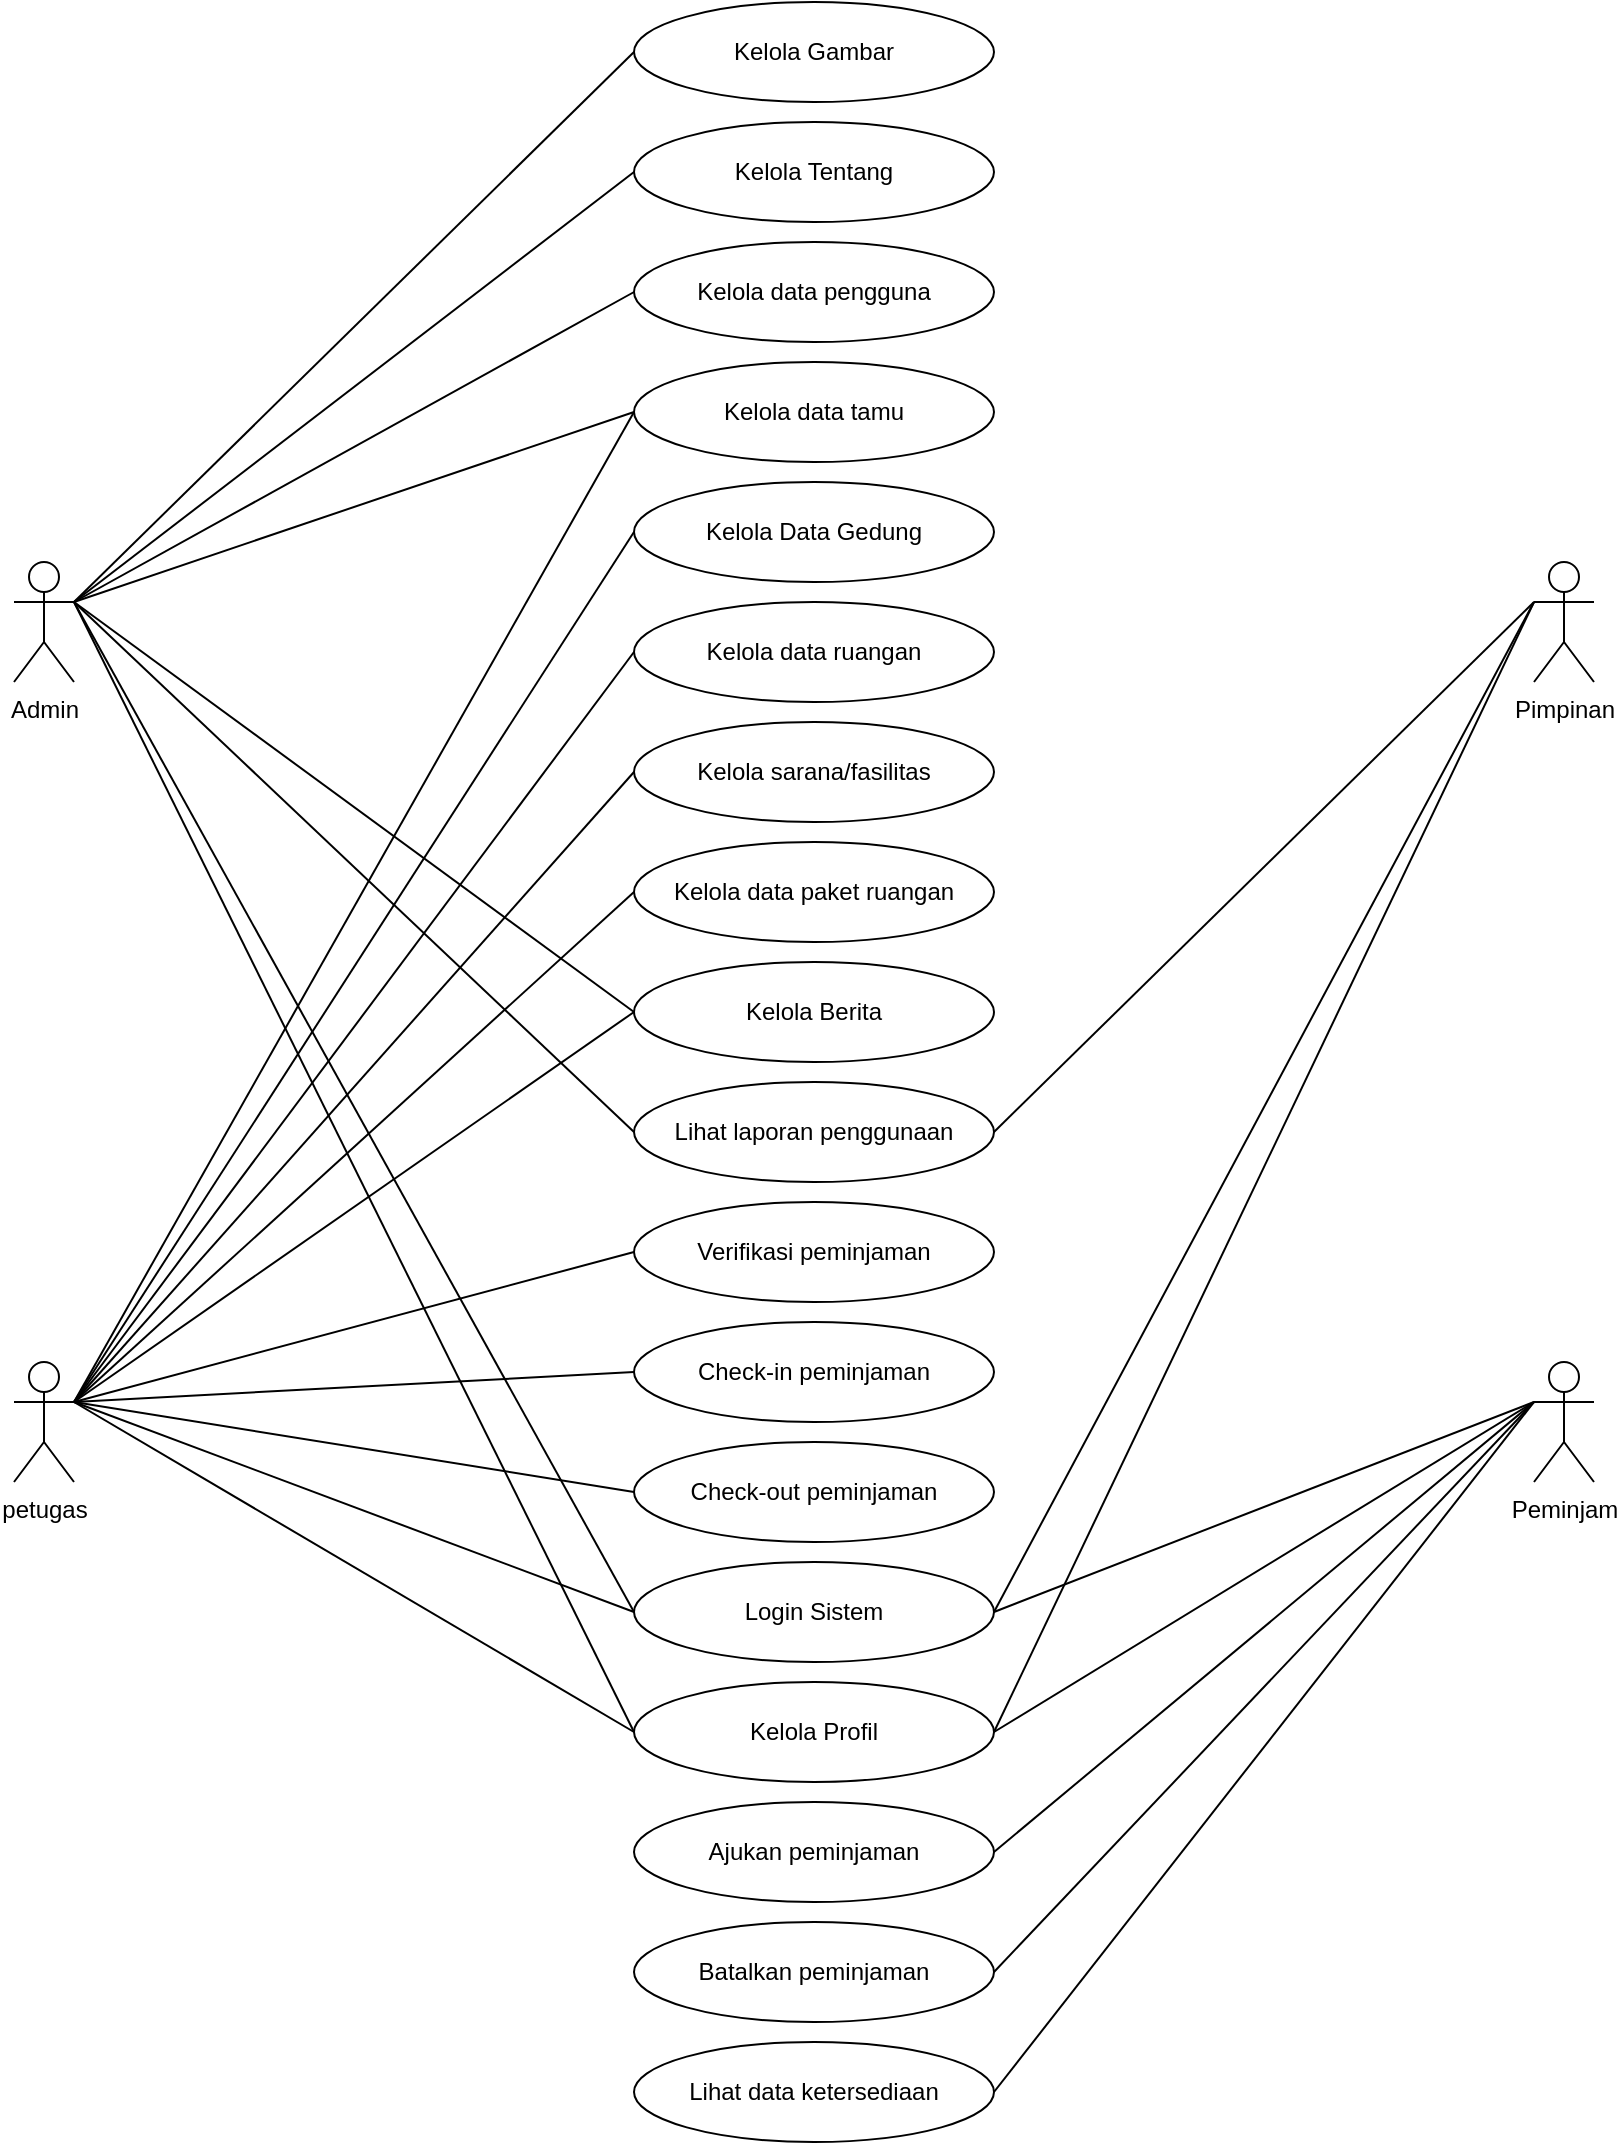
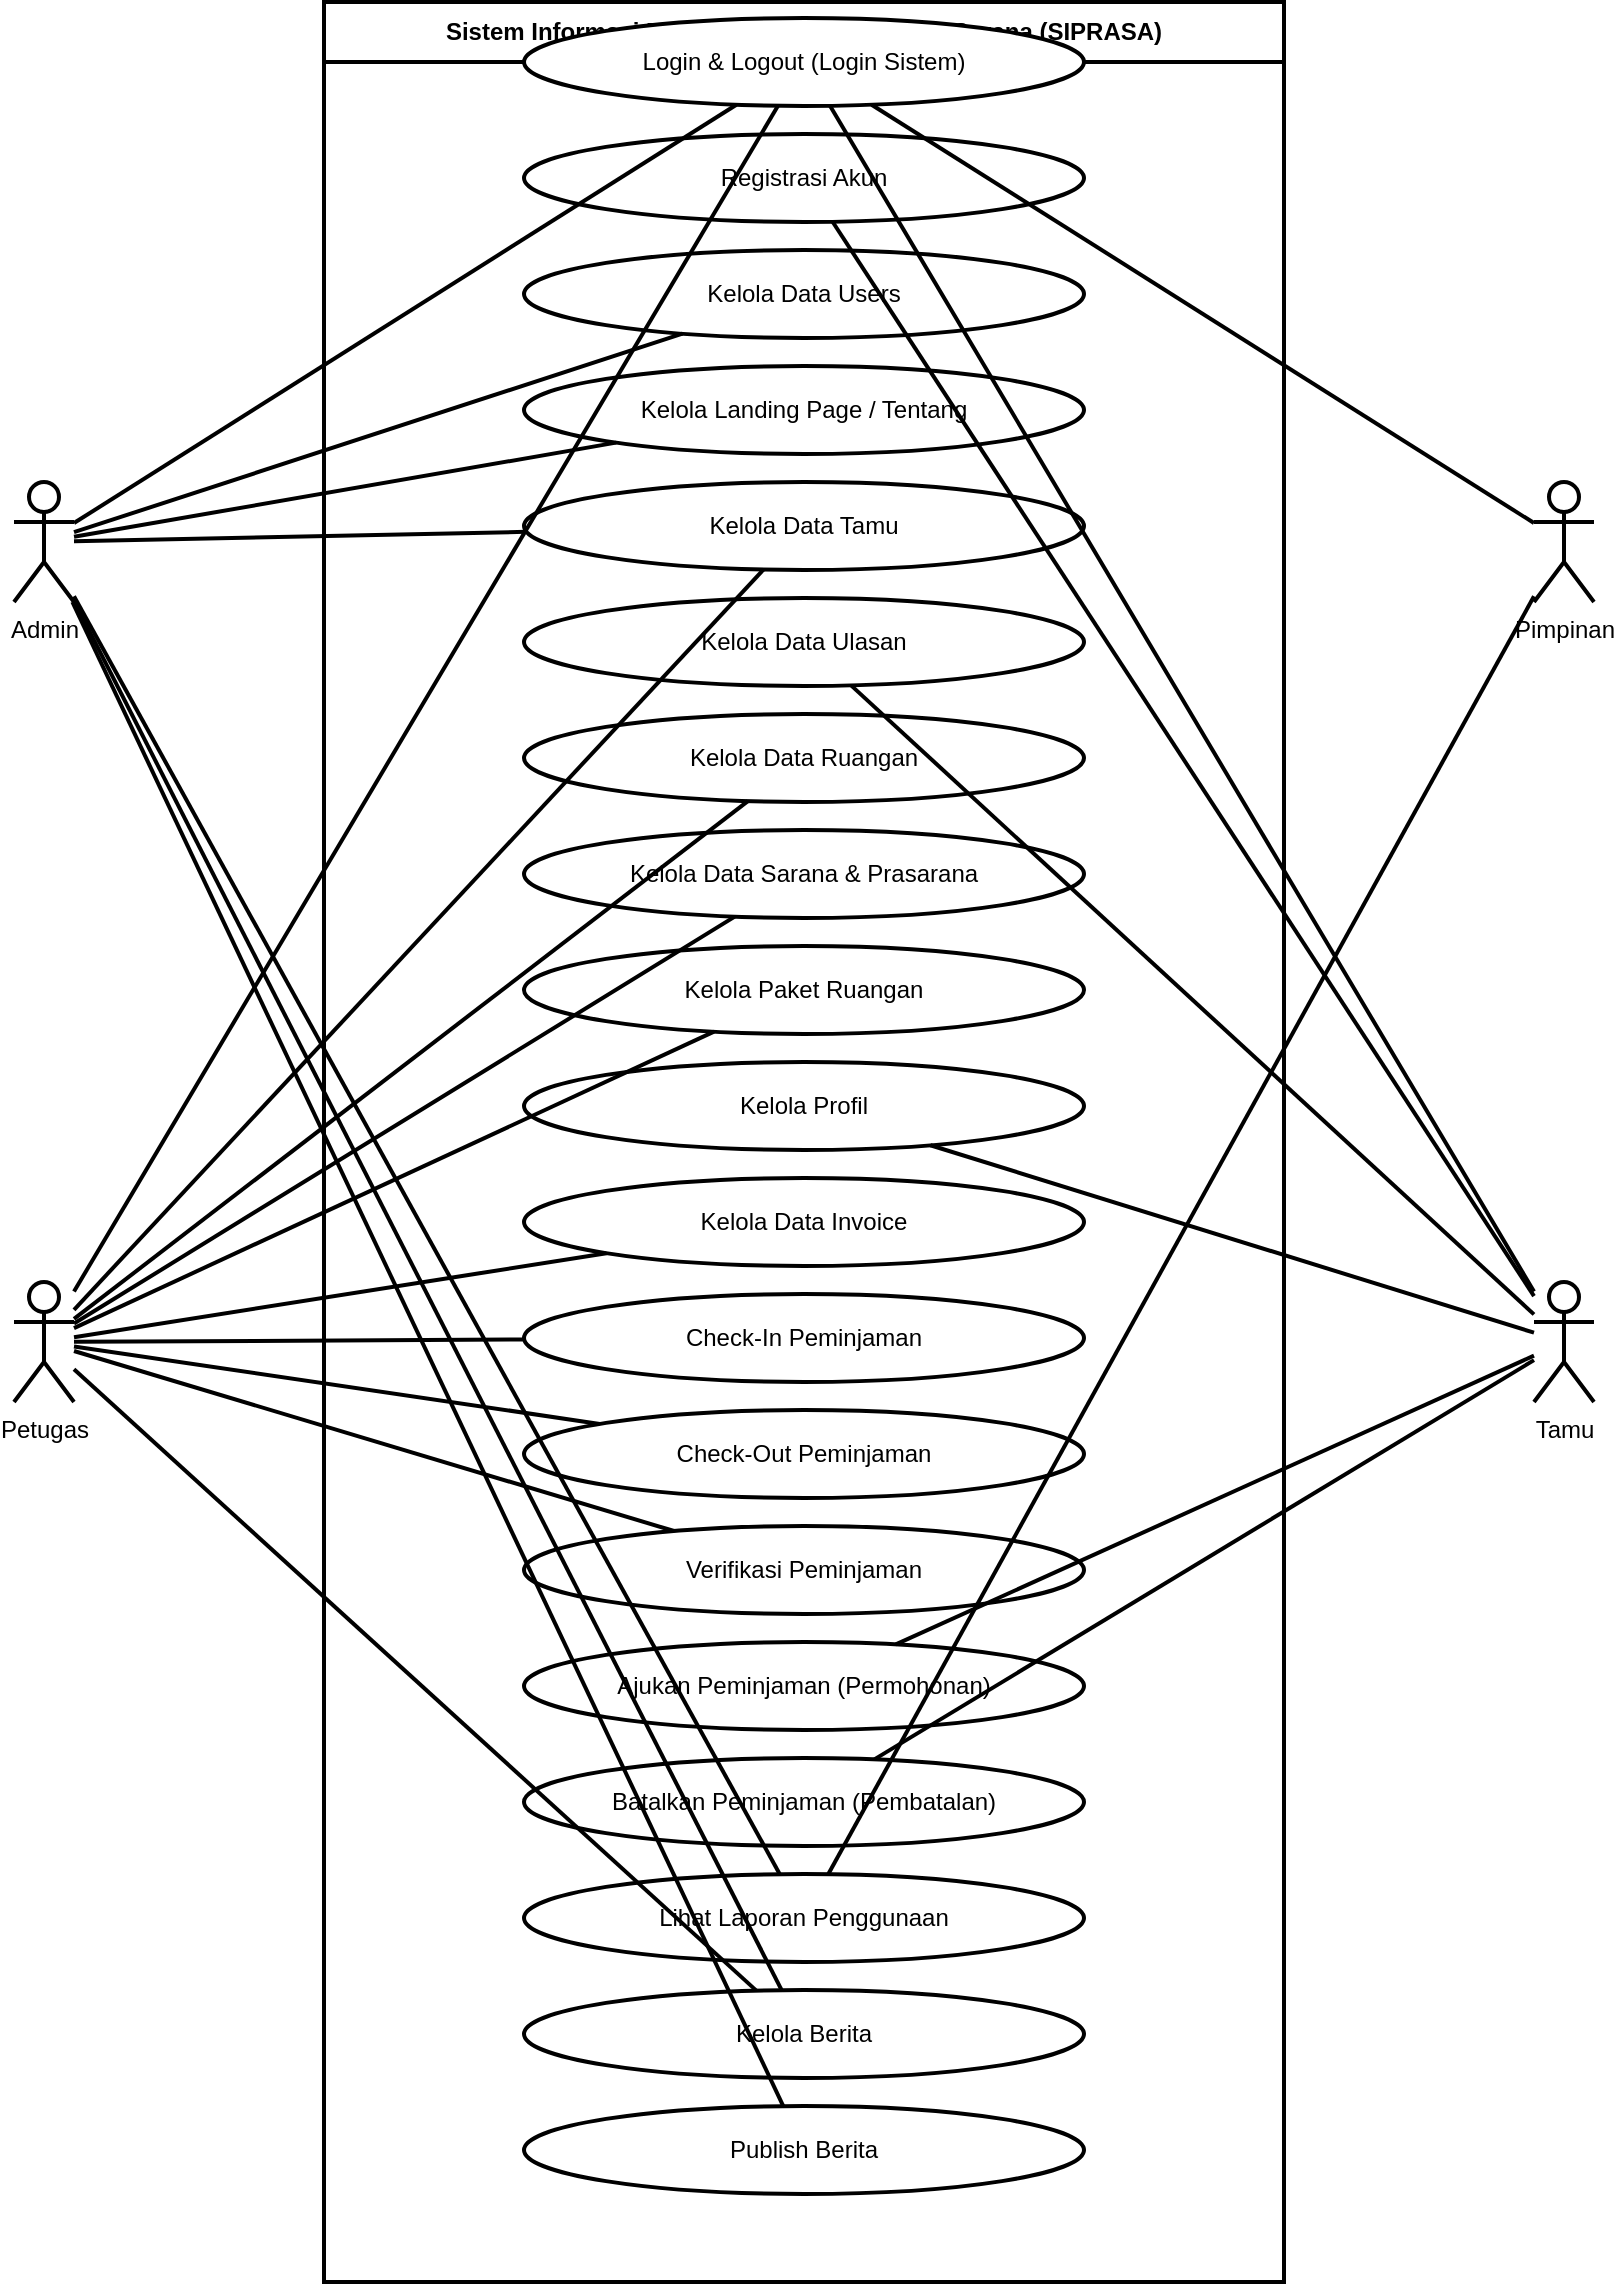
- <?xml version="1.0" ?>
- <mxfile host="Electron" modified="2026-06-04T02:00:00.000Z" agent="Mozilla/5.0" version="21.6.8" type="device">
-   <diagram id="diagram_usecase" name="Use Case Diagram">
+ <?xml version="1.0" encoding="UTF-8"?>
+ <mxfile host="Electron" modified="2026-06-15T00:00:00.000Z" agent="5.0" version="20.0.0" type="device">
+   <diagram id="usecase_diagram" name="Use Case Diagram">
    <mxGraphModel dx="1000" dy="1200" grid="1" gridSize="10" guides="1" tooltips="1" connect="1" arrows="1" fold="1" page="1" pageScale="1" pageWidth="960" pageHeight="1200" math="0" shadow="0">
      <root>
        <mxCell id="0"/>
        <mxCell id="1" parent="0"/>
-         <mxCell id="actor_admin" value="Admin" style="shape=umlActor;verticalLabelPosition=bottom;verticalAlign=top;html=1;outlineConnect=0;" vertex="1" parent="1">
-           <mxGeometry x="80" y="320" width="30" height="60" as="geometry"/>
+         <mxCell id="sys_boundary" value="Sistem Informasi Peminjaman Ruangan dan Sarana (SIPRASA)" style="swimlane;whiteSpace=wrap;html=1;startSize=30;fillColor=none;strokeColor=#000000;strokeWidth=2;align=center;connectable=0;" vertex="1" parent="1">
+           <mxGeometry x="240" y="30" width="480" height="1140" as="geometry"/>
        </mxCell>
-         <mxCell id="actor_petugas" value="petugas" style="shape=umlActor;verticalLabelPosition=bottom;verticalAlign=top;html=1;outlineConnect=0;" vertex="1" parent="1">
-           <mxGeometry x="80" y="720" width="30" height="60" as="geometry"/>
+         <mxCell id="actor_admin" value="Admin" style="shape=umlActor;verticalLabelPosition=bottom;verticalAlign=top;html=1;outlineConnect=0;strokeWidth=2;strokeColor=#000000;" vertex="1" parent="1">
+           <mxGeometry x="85" y="270" width="30" height="60" as="geometry"/>
        </mxCell>
-         <mxCell id="actor_pimpinan" value="Pimpinan" style="shape=umlActor;verticalLabelPosition=bottom;verticalAlign=top;html=1;outlineConnect=0;" vertex="1" parent="1">
-           <mxGeometry x="840" y="320" width="30" height="60" as="geometry"/>
+         <mxCell id="actor_petugas" value="Petugas" style="shape=umlActor;verticalLabelPosition=bottom;verticalAlign=top;html=1;outlineConnect=0;strokeWidth=2;strokeColor=#000000;" vertex="1" parent="1">
+           <mxGeometry x="85" y="670" width="30" height="60" as="geometry"/>
        </mxCell>
-         <mxCell id="actor_peminjam" value="Peminjam" style="shape=umlActor;verticalLabelPosition=bottom;verticalAlign=top;html=1;outlineConnect=0;" vertex="1" parent="1">
-           <mxGeometry x="840" y="720" width="30" height="60" as="geometry"/>
+         <mxCell id="actor_pimpinan" value="Pimpinan" style="shape=umlActor;verticalLabelPosition=bottom;verticalAlign=top;html=1;outlineConnect=0;strokeWidth=2;strokeColor=#000000;" vertex="1" parent="1">
+           <mxGeometry x="845" y="270" width="30" height="60" as="geometry"/>
        </mxCell>
-         <mxCell id="uc_kelola_gambar" value="Kelola Gambar" style="ellipse;whiteSpace=wrap;html=1;" vertex="1" parent="1">
-           <mxGeometry x="390" y="40" width="180" height="50" as="geometry"/>
+         <mxCell id="actor_tamu" value="Tamu" style="shape=umlActor;verticalLabelPosition=bottom;verticalAlign=top;html=1;outlineConnect=0;strokeWidth=2;strokeColor=#000000;" vertex="1" parent="1">
+           <mxGeometry x="845" y="670" width="30" height="60" as="geometry"/>
        </mxCell>
-         <mxCell id="edge_1" style="endArrow=none;html=1;rounded=0;exitX=1;exitY=0.3333333333333333;exitDx=0;exitDy=0;exitPerimeter=0;entryX=0;entryY=0.5;entryDx=0;entryDy=0;" edge="1" parent="1" source="actor_admin" target="uc_kelola_gambar">
+         <mxCell id="uc_0" value="Login &amp; Logout (Login Sistem)" style="ellipse;whiteSpace=wrap;html=1;strokeColor=#000000;strokeWidth=2;fillColor=#ffffff;align=center;verticalAlign=middle;" vertex="1" parent="1">
+           <mxGeometry x="340" y="38" width="280" height="44" as="geometry"/>
+         </mxCell>
+         <mxCell id="uc_1" value="Registrasi Akun" style="ellipse;whiteSpace=wrap;html=1;strokeColor=#000000;strokeWidth=2;fillColor=#ffffff;align=center;verticalAlign=middle;" vertex="1" parent="1">
+           <mxGeometry x="340" y="96" width="280" height="44" as="geometry"/>
+         </mxCell>
+         <mxCell id="uc_2" value="Kelola Data Users" style="ellipse;whiteSpace=wrap;html=1;strokeColor=#000000;strokeWidth=2;fillColor=#ffffff;align=center;verticalAlign=middle;" vertex="1" parent="1">
+           <mxGeometry x="340" y="154" width="280" height="44" as="geometry"/>
+         </mxCell>
+         <mxCell id="uc_3" value="Kelola Landing Page / Tentang" style="ellipse;whiteSpace=wrap;html=1;strokeColor=#000000;strokeWidth=2;fillColor=#ffffff;align=center;verticalAlign=middle;" vertex="1" parent="1">
+           <mxGeometry x="340" y="212" width="280" height="44" as="geometry"/>
+         </mxCell>
+         <mxCell id="uc_4" value="Kelola Data Tamu" style="ellipse;whiteSpace=wrap;html=1;strokeColor=#000000;strokeWidth=2;fillColor=#ffffff;align=center;verticalAlign=middle;" vertex="1" parent="1">
+           <mxGeometry x="340" y="270" width="280" height="44" as="geometry"/>
+         </mxCell>
+         <mxCell id="uc_5" value="Kelola Data Ulasan" style="ellipse;whiteSpace=wrap;html=1;strokeColor=#000000;strokeWidth=2;fillColor=#ffffff;align=center;verticalAlign=middle;" vertex="1" parent="1">
+           <mxGeometry x="340" y="328" width="280" height="44" as="geometry"/>
+         </mxCell>
+         <mxCell id="uc_6" value="Kelola Data Ruangan" style="ellipse;whiteSpace=wrap;html=1;strokeColor=#000000;strokeWidth=2;fillColor=#ffffff;align=center;verticalAlign=middle;" vertex="1" parent="1">
+           <mxGeometry x="340" y="386" width="280" height="44" as="geometry"/>
+         </mxCell>
+         <mxCell id="uc_7" value="Kelola Data Sarana &amp; Prasarana" style="ellipse;whiteSpace=wrap;html=1;strokeColor=#000000;strokeWidth=2;fillColor=#ffffff;align=center;verticalAlign=middle;" vertex="1" parent="1">
+           <mxGeometry x="340" y="444" width="280" height="44" as="geometry"/>
+         </mxCell>
+         <mxCell id="uc_8" value="Kelola Paket Ruangan" style="ellipse;whiteSpace=wrap;html=1;strokeColor=#000000;strokeWidth=2;fillColor=#ffffff;align=center;verticalAlign=middle;" vertex="1" parent="1">
+           <mxGeometry x="340" y="502" width="280" height="44" as="geometry"/>
+         </mxCell>
+         <mxCell id="uc_9" value="Kelola Profil" style="ellipse;whiteSpace=wrap;html=1;strokeColor=#000000;strokeWidth=2;fillColor=#ffffff;align=center;verticalAlign=middle;" vertex="1" parent="1">
+           <mxGeometry x="340" y="560" width="280" height="44" as="geometry"/>
+         </mxCell>
+         <mxCell id="uc_10" value="Kelola Data Invoice" style="ellipse;whiteSpace=wrap;html=1;strokeColor=#000000;strokeWidth=2;fillColor=#ffffff;align=center;verticalAlign=middle;" vertex="1" parent="1">
+           <mxGeometry x="340" y="618" width="280" height="44" as="geometry"/>
+         </mxCell>
+         <mxCell id="uc_11" value="Check-In Peminjaman" style="ellipse;whiteSpace=wrap;html=1;strokeColor=#000000;strokeWidth=2;fillColor=#ffffff;align=center;verticalAlign=middle;" vertex="1" parent="1">
+           <mxGeometry x="340" y="676" width="280" height="44" as="geometry"/>
+         </mxCell>
+         <mxCell id="uc_12" value="Check-Out Peminjaman" style="ellipse;whiteSpace=wrap;html=1;strokeColor=#000000;strokeWidth=2;fillColor=#ffffff;align=center;verticalAlign=middle;" vertex="1" parent="1">
+           <mxGeometry x="340" y="734" width="280" height="44" as="geometry"/>
+         </mxCell>
+         <mxCell id="uc_13" value="Verifikasi Peminjaman" style="ellipse;whiteSpace=wrap;html=1;strokeColor=#000000;strokeWidth=2;fillColor=#ffffff;align=center;verticalAlign=middle;" vertex="1" parent="1">
+           <mxGeometry x="340" y="792" width="280" height="44" as="geometry"/>
+         </mxCell>
+         <mxCell id="uc_14" value="Ajukan Peminjaman (Permohonan)" style="ellipse;whiteSpace=wrap;html=1;strokeColor=#000000;strokeWidth=2;fillColor=#ffffff;align=center;verticalAlign=middle;" vertex="1" parent="1">
+           <mxGeometry x="340" y="850" width="280" height="44" as="geometry"/>
+         </mxCell>
+         <mxCell id="uc_15" value="Batalkan Peminjaman (Pembatalan)" style="ellipse;whiteSpace=wrap;html=1;strokeColor=#000000;strokeWidth=2;fillColor=#ffffff;align=center;verticalAlign=middle;" vertex="1" parent="1">
+           <mxGeometry x="340" y="908" width="280" height="44" as="geometry"/>
+         </mxCell>
+         <mxCell id="uc_16" value="Lihat Laporan Penggunaan" style="ellipse;whiteSpace=wrap;html=1;strokeColor=#000000;strokeWidth=2;fillColor=#ffffff;align=center;verticalAlign=middle;" vertex="1" parent="1">
+           <mxGeometry x="340" y="966" width="280" height="44" as="geometry"/>
+         </mxCell>
+         <mxCell id="uc_17" value="Kelola Berita" style="ellipse;whiteSpace=wrap;html=1;strokeColor=#000000;strokeWidth=2;fillColor=#ffffff;align=center;verticalAlign=middle;" vertex="1" parent="1">
+           <mxGeometry x="340" y="1024" width="280" height="44" as="geometry"/>
+         </mxCell>
+         <mxCell id="uc_18" value="Publish Berita" style="ellipse;whiteSpace=wrap;html=1;strokeColor=#000000;strokeWidth=2;fillColor=#ffffff;align=center;verticalAlign=middle;" vertex="1" parent="1">
+           <mxGeometry x="340" y="1082" width="280" height="44" as="geometry"/>
+         </mxCell>
+         <mxCell id="edge_admin_0" style="endArrow=none;html=1;rounded=0;strokeColor=#000000;strokeWidth=2;" edge="1" parent="1" source="actor_admin" target="uc_0">
          <mxGeometry width="50" height="50" as="geometry"/>
        </mxCell>
-         <mxCell id="uc_kelola_tentang" value="Kelola Tentang" style="ellipse;whiteSpace=wrap;html=1;" vertex="1" parent="1">
-           <mxGeometry x="390" y="100" width="180" height="50" as="geometry"/>
-         </mxCell>
-         <mxCell id="edge_2" style="endArrow=none;html=1;rounded=0;exitX=1;exitY=0.3333333333333333;exitDx=0;exitDy=0;exitPerimeter=0;entryX=0;entryY=0.5;entryDx=0;entryDy=0;" edge="1" parent="1" source="actor_admin" target="uc_kelola_tentang">
+         <mxCell id="edge_petugas_0" style="endArrow=none;html=1;rounded=0;strokeColor=#000000;strokeWidth=2;" edge="1" parent="1" source="actor_petugas" target="uc_0">
          <mxGeometry width="50" height="50" as="geometry"/>
        </mxCell>
-         <mxCell id="uc_kelola_pengguna" value="Kelola data pengguna" style="ellipse;whiteSpace=wrap;html=1;" vertex="1" parent="1">
-           <mxGeometry x="390" y="160" width="180" height="50" as="geometry"/>
-         </mxCell>
-         <mxCell id="edge_3" style="endArrow=none;html=1;rounded=0;exitX=1;exitY=0.3333333333333333;exitDx=0;exitDy=0;exitPerimeter=0;entryX=0;entryY=0.5;entryDx=0;entryDy=0;" edge="1" parent="1" source="actor_admin" target="uc_kelola_pengguna">
+         <mxCell id="edge_tamu_0" style="endArrow=none;html=1;rounded=0;strokeColor=#000000;strokeWidth=2;" edge="1" parent="1" source="actor_tamu" target="uc_0">
          <mxGeometry width="50" height="50" as="geometry"/>
        </mxCell>
-         <mxCell id="uc_kelola_tamu" value="Kelola data tamu" style="ellipse;whiteSpace=wrap;html=1;" vertex="1" parent="1">
-           <mxGeometry x="390" y="220" width="180" height="50" as="geometry"/>
-         </mxCell>
-         <mxCell id="edge_4" style="endArrow=none;html=1;rounded=0;exitX=1;exitY=0.3333333333333333;exitDx=0;exitDy=0;exitPerimeter=0;entryX=0;entryY=0.5;entryDx=0;entryDy=0;" edge="1" parent="1" source="actor_admin" target="uc_kelola_tamu">
+         <mxCell id="edge_pimpinan_0" style="endArrow=none;html=1;rounded=0;strokeColor=#000000;strokeWidth=2;" edge="1" parent="1" source="actor_pimpinan" target="uc_0">
          <mxGeometry width="50" height="50" as="geometry"/>
        </mxCell>
-         <mxCell id="edge_5" style="endArrow=none;html=1;rounded=0;exitX=1;exitY=0.3333333333333333;exitDx=0;exitDy=0;exitPerimeter=0;entryX=0;entryY=0.5;entryDx=0;entryDy=0;" edge="1" parent="1" source="actor_petugas" target="uc_kelola_tamu">
+         <mxCell id="edge_tamu_1" style="endArrow=none;html=1;rounded=0;strokeColor=#000000;strokeWidth=2;" edge="1" parent="1" source="actor_tamu" target="uc_1">
          <mxGeometry width="50" height="50" as="geometry"/>
        </mxCell>
-         <mxCell id="uc_kelola_gedung" value="Kelola Data Gedung" style="ellipse;whiteSpace=wrap;html=1;" vertex="1" parent="1">
-           <mxGeometry x="390" y="280" width="180" height="50" as="geometry"/>
-         </mxCell>
-         <mxCell id="edge_6" style="endArrow=none;html=1;rounded=0;exitX=1;exitY=0.3333333333333333;exitDx=0;exitDy=0;exitPerimeter=0;entryX=0;entryY=0.5;entryDx=0;entryDy=0;" edge="1" parent="1" source="actor_petugas" target="uc_kelola_gedung">
+         <mxCell id="edge_admin_2" style="endArrow=none;html=1;rounded=0;strokeColor=#000000;strokeWidth=2;" edge="1" parent="1" source="actor_admin" target="uc_2">
          <mxGeometry width="50" height="50" as="geometry"/>
        </mxCell>
-         <mxCell id="uc_kelola_ruangan" value="Kelola data ruangan" style="ellipse;whiteSpace=wrap;html=1;" vertex="1" parent="1">
-           <mxGeometry x="390" y="340" width="180" height="50" as="geometry"/>
-         </mxCell>
-         <mxCell id="edge_7" style="endArrow=none;html=1;rounded=0;exitX=1;exitY=0.3333333333333333;exitDx=0;exitDy=0;exitPerimeter=0;entryX=0;entryY=0.5;entryDx=0;entryDy=0;" edge="1" parent="1" source="actor_petugas" target="uc_kelola_ruangan">
+         <mxCell id="edge_admin_3" style="endArrow=none;html=1;rounded=0;strokeColor=#000000;strokeWidth=2;" edge="1" parent="1" source="actor_admin" target="uc_3">
          <mxGeometry width="50" height="50" as="geometry"/>
        </mxCell>
-         <mxCell id="uc_kelola_sarana" value="Kelola sarana/fasilitas" style="ellipse;whiteSpace=wrap;html=1;" vertex="1" parent="1">
-           <mxGeometry x="390" y="400" width="180" height="50" as="geometry"/>
-         </mxCell>
-         <mxCell id="edge_8" style="endArrow=none;html=1;rounded=0;exitX=1;exitY=0.3333333333333333;exitDx=0;exitDy=0;exitPerimeter=0;entryX=0;entryY=0.5;entryDx=0;entryDy=0;" edge="1" parent="1" source="actor_petugas" target="uc_kelola_sarana">
+         <mxCell id="edge_admin_4" style="endArrow=none;html=1;rounded=0;strokeColor=#000000;strokeWidth=2;" edge="1" parent="1" source="actor_admin" target="uc_4">
          <mxGeometry width="50" height="50" as="geometry"/>
        </mxCell>
-         <mxCell id="uc_kelola_paket" value="Kelola data paket ruangan" style="ellipse;whiteSpace=wrap;html=1;" vertex="1" parent="1">
-           <mxGeometry x="390" y="460" width="180" height="50" as="geometry"/>
-         </mxCell>
-         <mxCell id="edge_9" style="endArrow=none;html=1;rounded=0;exitX=1;exitY=0.3333333333333333;exitDx=0;exitDy=0;exitPerimeter=0;entryX=0;entryY=0.5;entryDx=0;entryDy=0;" edge="1" parent="1" source="actor_petugas" target="uc_kelola_paket">
+         <mxCell id="edge_petugas_4" style="endArrow=none;html=1;rounded=0;strokeColor=#000000;strokeWidth=2;" edge="1" parent="1" source="actor_petugas" target="uc_4">
          <mxGeometry width="50" height="50" as="geometry"/>
        </mxCell>
-         <mxCell id="uc_kelola_berita" value="Kelola Berita" style="ellipse;whiteSpace=wrap;html=1;" vertex="1" parent="1">
-           <mxGeometry x="390" y="520" width="180" height="50" as="geometry"/>
-         </mxCell>
-         <mxCell id="edge_10" style="endArrow=none;html=1;rounded=0;exitX=1;exitY=0.3333333333333333;exitDx=0;exitDy=0;exitPerimeter=0;entryX=0;entryY=0.5;entryDx=0;entryDy=0;" edge="1" parent="1" source="actor_admin" target="uc_kelola_berita">
+         <mxCell id="edge_tamu_5" style="endArrow=none;html=1;rounded=0;strokeColor=#000000;strokeWidth=2;" edge="1" parent="1" source="actor_tamu" target="uc_5">
          <mxGeometry width="50" height="50" as="geometry"/>
        </mxCell>
-         <mxCell id="edge_11" style="endArrow=none;html=1;rounded=0;exitX=1;exitY=0.3333333333333333;exitDx=0;exitDy=0;exitPerimeter=0;entryX=0;entryY=0.5;entryDx=0;entryDy=0;" edge="1" parent="1" source="actor_petugas" target="uc_kelola_berita">
+         <mxCell id="edge_petugas_6" style="endArrow=none;html=1;rounded=0;strokeColor=#000000;strokeWidth=2;" edge="1" parent="1" source="actor_petugas" target="uc_6">
          <mxGeometry width="50" height="50" as="geometry"/>
        </mxCell>
-         <mxCell id="uc_lihat_laporan" value="Lihat laporan penggunaan" style="ellipse;whiteSpace=wrap;html=1;" vertex="1" parent="1">
-           <mxGeometry x="390" y="580" width="180" height="50" as="geometry"/>
-         </mxCell>
-         <mxCell id="edge_12" style="endArrow=none;html=1;rounded=0;exitX=1;exitY=0.3333333333333333;exitDx=0;exitDy=0;exitPerimeter=0;entryX=0;entryY=0.5;entryDx=0;entryDy=0;" edge="1" parent="1" source="actor_admin" target="uc_lihat_laporan">
+         <mxCell id="edge_petugas_7" style="endArrow=none;html=1;rounded=0;strokeColor=#000000;strokeWidth=2;" edge="1" parent="1" source="actor_petugas" target="uc_7">
          <mxGeometry width="50" height="50" as="geometry"/>
        </mxCell>
-         <mxCell id="edge_13" style="endArrow=none;html=1;rounded=0;exitX=0;exitY=0.3333333333333333;exitDx=0;exitDy=0;exitPerimeter=0;entryX=1;entryY=0.5;entryDx=0;entryDy=0;" edge="1" parent="1" source="actor_pimpinan" target="uc_lihat_laporan">
+         <mxCell id="edge_petugas_8" style="endArrow=none;html=1;rounded=0;strokeColor=#000000;strokeWidth=2;" edge="1" parent="1" source="actor_petugas" target="uc_8">
          <mxGeometry width="50" height="50" as="geometry"/>
        </mxCell>
-         <mxCell id="uc_verifikasi_peminjaman" value="Verifikasi peminjaman" style="ellipse;whiteSpace=wrap;html=1;" vertex="1" parent="1">
-           <mxGeometry x="390" y="640" width="180" height="50" as="geometry"/>
-         </mxCell>
-         <mxCell id="edge_14" style="endArrow=none;html=1;rounded=0;exitX=1;exitY=0.3333333333333333;exitDx=0;exitDy=0;exitPerimeter=0;entryX=0;entryY=0.5;entryDx=0;entryDy=0;" edge="1" parent="1" source="actor_petugas" target="uc_verifikasi_peminjaman">
+         <mxCell id="edge_tamu_9" style="endArrow=none;html=1;rounded=0;strokeColor=#000000;strokeWidth=2;" edge="1" parent="1" source="actor_tamu" target="uc_9">
          <mxGeometry width="50" height="50" as="geometry"/>
        </mxCell>
-         <mxCell id="uc_checkin" value="Check-in peminjaman" style="ellipse;whiteSpace=wrap;html=1;" vertex="1" parent="1">
-           <mxGeometry x="390" y="700" width="180" height="50" as="geometry"/>
-         </mxCell>
-         <mxCell id="edge_15" style="endArrow=none;html=1;rounded=0;exitX=1;exitY=0.3333333333333333;exitDx=0;exitDy=0;exitPerimeter=0;entryX=0;entryY=0.5;entryDx=0;entryDy=0;" edge="1" parent="1" source="actor_petugas" target="uc_checkin">
+         <mxCell id="edge_petugas_10" style="endArrow=none;html=1;rounded=0;strokeColor=#000000;strokeWidth=2;" edge="1" parent="1" source="actor_petugas" target="uc_10">
          <mxGeometry width="50" height="50" as="geometry"/>
        </mxCell>
-         <mxCell id="uc_checkout" value="Check-out peminjaman" style="ellipse;whiteSpace=wrap;html=1;" vertex="1" parent="1">
-           <mxGeometry x="390" y="760" width="180" height="50" as="geometry"/>
-         </mxCell>
-         <mxCell id="edge_16" style="endArrow=none;html=1;rounded=0;exitX=1;exitY=0.3333333333333333;exitDx=0;exitDy=0;exitPerimeter=0;entryX=0;entryY=0.5;entryDx=0;entryDy=0;" edge="1" parent="1" source="actor_petugas" target="uc_checkout">
+         <mxCell id="edge_petugas_11" style="endArrow=none;html=1;rounded=0;strokeColor=#000000;strokeWidth=2;" edge="1" parent="1" source="actor_petugas" target="uc_11">
          <mxGeometry width="50" height="50" as="geometry"/>
        </mxCell>
-         <mxCell id="uc_login_sistem" value="Login Sistem" style="ellipse;whiteSpace=wrap;html=1;" vertex="1" parent="1">
-           <mxGeometry x="390" y="820" width="180" height="50" as="geometry"/>
-         </mxCell>
-         <mxCell id="edge_17" style="endArrow=none;html=1;rounded=0;exitX=1;exitY=0.3333333333333333;exitDx=0;exitDy=0;exitPerimeter=0;entryX=0;entryY=0.5;entryDx=0;entryDy=0;" edge="1" parent="1" source="actor_admin" target="uc_login_sistem">
+         <mxCell id="edge_petugas_12" style="endArrow=none;html=1;rounded=0;strokeColor=#000000;strokeWidth=2;" edge="1" parent="1" source="actor_petugas" target="uc_12">
          <mxGeometry width="50" height="50" as="geometry"/>
        </mxCell>
-         <mxCell id="edge_18" style="endArrow=none;html=1;rounded=0;exitX=1;exitY=0.3333333333333333;exitDx=0;exitDy=0;exitPerimeter=0;entryX=0;entryY=0.5;entryDx=0;entryDy=0;" edge="1" parent="1" source="actor_petugas" target="uc_login_sistem">
+         <mxCell id="edge_petugas_13" style="endArrow=none;html=1;rounded=0;strokeColor=#000000;strokeWidth=2;" edge="1" parent="1" source="actor_petugas" target="uc_13">
          <mxGeometry width="50" height="50" as="geometry"/>
        </mxCell>
-         <mxCell id="edge_19" style="endArrow=none;html=1;rounded=0;exitX=0;exitY=0.3333333333333333;exitDx=0;exitDy=0;exitPerimeter=0;entryX=1;entryY=0.5;entryDx=0;entryDy=0;" edge="1" parent="1" source="actor_pimpinan" target="uc_login_sistem">
+         <mxCell id="edge_tamu_14" style="endArrow=none;html=1;rounded=0;strokeColor=#000000;strokeWidth=2;" edge="1" parent="1" source="actor_tamu" target="uc_14">
          <mxGeometry width="50" height="50" as="geometry"/>
        </mxCell>
-         <mxCell id="edge_20" style="endArrow=none;html=1;rounded=0;exitX=0;exitY=0.3333333333333333;exitDx=0;exitDy=0;exitPerimeter=0;entryX=1;entryY=0.5;entryDx=0;entryDy=0;" edge="1" parent="1" source="actor_peminjam" target="uc_login_sistem">
+         <mxCell id="edge_tamu_15" style="endArrow=none;html=1;rounded=0;strokeColor=#000000;strokeWidth=2;" edge="1" parent="1" source="actor_tamu" target="uc_15">
          <mxGeometry width="50" height="50" as="geometry"/>
        </mxCell>
-         <mxCell id="uc_kelola_profil" value="Kelola Profil" style="ellipse;whiteSpace=wrap;html=1;" vertex="1" parent="1">
-           <mxGeometry x="390" y="880" width="180" height="50" as="geometry"/>
-         </mxCell>
-         <mxCell id="edge_21" style="endArrow=none;html=1;rounded=0;exitX=1;exitY=0.3333333333333333;exitDx=0;exitDy=0;exitPerimeter=0;entryX=0;entryY=0.5;entryDx=0;entryDy=0;" edge="1" parent="1" source="actor_admin" target="uc_kelola_profil">
+         <mxCell id="edge_admin_16" style="endArrow=none;html=1;rounded=0;strokeColor=#000000;strokeWidth=2;" edge="1" parent="1" source="actor_admin" target="uc_16">
          <mxGeometry width="50" height="50" as="geometry"/>
        </mxCell>
-         <mxCell id="edge_22" style="endArrow=none;html=1;rounded=0;exitX=1;exitY=0.3333333333333333;exitDx=0;exitDy=0;exitPerimeter=0;entryX=0;entryY=0.5;entryDx=0;entryDy=0;" edge="1" parent="1" source="actor_petugas" target="uc_kelola_profil">
+         <mxCell id="edge_pimpinan_16" style="endArrow=none;html=1;rounded=0;strokeColor=#000000;strokeWidth=2;" edge="1" parent="1" source="actor_pimpinan" target="uc_16">
          <mxGeometry width="50" height="50" as="geometry"/>
        </mxCell>
-         <mxCell id="edge_23" style="endArrow=none;html=1;rounded=0;exitX=0;exitY=0.3333333333333333;exitDx=0;exitDy=0;exitPerimeter=0;entryX=1;entryY=0.5;entryDx=0;entryDy=0;" edge="1" parent="1" source="actor_pimpinan" target="uc_kelola_profil">
+         <mxCell id="edge_admin_17" style="endArrow=none;html=1;rounded=0;strokeColor=#000000;strokeWidth=2;" edge="1" parent="1" source="actor_admin" target="uc_17">
          <mxGeometry width="50" height="50" as="geometry"/>
        </mxCell>
-         <mxCell id="edge_24" style="endArrow=none;html=1;rounded=0;exitX=0;exitY=0.3333333333333333;exitDx=0;exitDy=0;exitPerimeter=0;entryX=1;entryY=0.5;entryDx=0;entryDy=0;" edge="1" parent="1" source="actor_peminjam" target="uc_kelola_profil">
+         <mxCell id="edge_petugas_17" style="endArrow=none;html=1;rounded=0;strokeColor=#000000;strokeWidth=2;" edge="1" parent="1" source="actor_petugas" target="uc_17">
          <mxGeometry width="50" height="50" as="geometry"/>
        </mxCell>
-         <mxCell id="uc_ajukan_peminjaman" value="Ajukan peminjaman" style="ellipse;whiteSpace=wrap;html=1;" vertex="1" parent="1">
-           <mxGeometry x="390" y="940" width="180" height="50" as="geometry"/>
-         </mxCell>
-         <mxCell id="edge_25" style="endArrow=none;html=1;rounded=0;exitX=0;exitY=0.3333333333333333;exitDx=0;exitDy=0;exitPerimeter=0;entryX=1;entryY=0.5;entryDx=0;entryDy=0;" edge="1" parent="1" source="actor_peminjam" target="uc_ajukan_peminjaman">
-           <mxGeometry width="50" height="50" as="geometry"/>
-         </mxCell>
-         <mxCell id="uc_batalkan_peminjaman" value="Batalkan peminjaman" style="ellipse;whiteSpace=wrap;html=1;" vertex="1" parent="1">
-           <mxGeometry x="390" y="1000" width="180" height="50" as="geometry"/>
-         </mxCell>
-         <mxCell id="edge_26" style="endArrow=none;html=1;rounded=0;exitX=0;exitY=0.3333333333333333;exitDx=0;exitDy=0;exitPerimeter=0;entryX=1;entryY=0.5;entryDx=0;entryDy=0;" edge="1" parent="1" source="actor_peminjam" target="uc_batalkan_peminjaman">
-           <mxGeometry width="50" height="50" as="geometry"/>
-         </mxCell>
-         <mxCell id="uc_lihat_ketersediaan" value="Lihat data ketersediaan" style="ellipse;whiteSpace=wrap;html=1;" vertex="1" parent="1">
-           <mxGeometry x="390" y="1060" width="180" height="50" as="geometry"/>
-         </mxCell>
-         <mxCell id="edge_27" style="endArrow=none;html=1;rounded=0;exitX=0;exitY=0.3333333333333333;exitDx=0;exitDy=0;exitPerimeter=0;entryX=1;entryY=0.5;entryDx=0;entryDy=0;" edge="1" parent="1" source="actor_peminjam" target="uc_lihat_ketersediaan">
+         <mxCell id="edge_admin_18" style="endArrow=none;html=1;rounded=0;strokeColor=#000000;strokeWidth=2;" edge="1" parent="1" source="actor_admin" target="uc_18">
          <mxGeometry width="50" height="50" as="geometry"/>
        </mxCell>
      </root>
    </mxGraphModel>
  </diagram>
- </mxfile>
+ </mxfile>